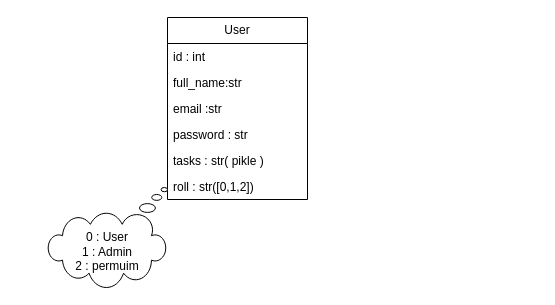
Earlier version of the draw.io diagram .Docts/Datebase.drawio (alireza01100011/PlanningWebApplication). Source tidied: cells renumbered, new cells numbered last; positions are measured from the earlier drawing's top-left corner, leaving out a move shared by most shapes. Both pictures are drawn from the tidied source at 100%, with x=0, y=0 at pixel (47, 17).
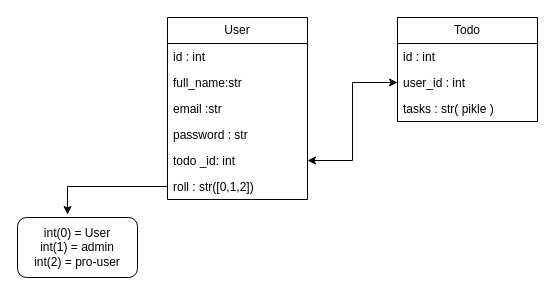
The same diagram, later.

Change to the diagram source:
```diff
@@
 <mxGraphModel>
   <root>
     <mxCell id="0" />
     <mxCell id="1" parent="0" />
     <mxCell id="2" value="User" style="swimlane;fontStyle=0;horizontal=1;startSize=26;fillColor=none;whiteSpace=wrap;html=1;" parent="1" vertex="1">
       <mxGeometry x="120" width="140" height="182" as="geometry" />
     </mxCell>
     <mxCell id="3" value="id : int&lt;span style=&quot;white-space: pre;&quot;&gt;&#9;&lt;/span&gt;" style="text;strokeColor=none;fillColor=none;align=left;verticalAlign=top;spacingLeft=4;spacingRight=4;overflow=hidden;whiteSpace=wrap;html=1;" parent="2" vertex="1">
       <mxGeometry y="26" width="140" height="26" as="geometry" />
     </mxCell>
     <mxCell id="4" value="full_name:str&lt;br&gt;" style="text;strokeColor=none;fillColor=none;align=left;verticalAlign=top;spacingLeft=4;spacingRight=4;overflow=hidden;whiteSpace=wrap;html=1;" parent="2" vertex="1">
       <mxGeometry y="52" width="140" height="26" as="geometry" />
     </mxCell>
     <mxCell id="5" value="email :str" style="text;strokeColor=none;fillColor=none;align=left;verticalAlign=top;spacingLeft=4;spacingRight=4;overflow=hidden;whiteSpace=wrap;html=1;" parent="2" vertex="1">
       <mxGeometry y="78" width="140" height="26" as="geometry" />
     </mxCell>
     <mxCell id="6" value="password : str" style="text;strokeColor=none;fillColor=none;align=left;verticalAlign=top;spacingLeft=4;spacingRight=4;overflow=hidden;whiteSpace=wrap;html=1;" parent="2" vertex="1">
       <mxGeometry y="104" width="140" height="26" as="geometry" />
     </mxCell>
+    <mxCell id="10" value="todo _id: int" style="text;strokeColor=none;fillColor=none;align=left;verticalAlign=top;spacingLeft=4;spacingRight=4;overflow=hidden;points=[[0,0.5],[1,0.5]];portConstraint=eastwest;whiteSpace=wrap;html=1;" parent="2" vertex="1">
+      <mxGeometry y="130" width="140" height="26" as="geometry" />
+    </mxCell>
+    <mxCell id="8" value="roll : str([0,1,2])" style="text;strokeColor=none;fillColor=none;align=left;verticalAlign=top;spacingLeft=4;spacingRight=4;overflow=hidden;points=[[0,0.5],[1,0.5]];portConstraint=eastwest;whiteSpace=wrap;html=1;" parent="2" vertex="1">
+      <mxGeometry y="156" width="140" height="26" as="geometry" />
+    </mxCell>
+    <mxCell id="11" value="Todo" style="swimlane;fontStyle=0;horizontal=1;startSize=26;fillColor=none;whiteSpace=wrap;html=1;" parent="1" vertex="1">
+      <mxGeometry x="350" width="140" height="104" as="geometry" />
+    </mxCell>
+    <mxCell id="12" value="id : int&lt;span style=&quot;white-space: pre;&quot;&gt;&#9;&lt;/span&gt;" style="text;strokeColor=none;fillColor=none;align=left;verticalAlign=top;spacingLeft=4;spacingRight=4;overflow=hidden;whiteSpace=wrap;html=1;" parent="11" vertex="1">
+      <mxGeometry y="26" width="140" height="26" as="geometry" />
+    </mxCell>
+    <mxCell id="13" value="user_id : int" style="text;strokeColor=none;fillColor=none;align=left;verticalAlign=top;spacingLeft=4;spacingRight=4;overflow=hidden;points=[[0,0.5],[1,0.5]];portConstraint=eastwest;whiteSpace=wrap;html=1;" parent="11" vertex="1">
+      <mxGeometry y="52" width="140" height="26" as="geometry" />
+    </mxCell>
-    <mxCell id="7" value="tasks : str( pikle )" style="text;strokeColor=none;fillColor=none;align=left;verticalAlign=top;spacingLeft=4;spacingRight=4;overflow=hidden;whiteSpace=wrap;html=1;" parent="2" vertex="1">
-      <mxGeometry y="130" width="140" height="26" as="geometry" />
+    <mxCell id="7" value="tasks : str( pikle )" style="text;strokeColor=none;fillColor=none;align=left;verticalAlign=top;spacingLeft=4;spacingRight=4;overflow=hidden;whiteSpace=wrap;html=1;" parent="11" vertex="1">
+      <mxGeometry y="78" width="140" height="26" as="geometry" />
     </mxCell>
-    <mxCell id="8" value="roll : str([0,1,2])" style="text;strokeColor=none;fillColor=none;align=left;verticalAlign=top;spacingLeft=4;spacingRight=4;overflow=hidden;points=[[0,0.5],[1,0.5]];portConstraint=eastwest;whiteSpace=wrap;html=1;" parent="2" vertex="1">
-      <mxGeometry y="156" width="140" height="26" as="geometry" />
-    </mxCell>
-    <mxCell id="9" value="&lt;br&gt;&lt;br&gt;0 : User&lt;br&gt;1 : Admin&lt;br&gt;2 : permuim" style="whiteSpace=wrap;html=1;shape=mxgraph.basic.cloud_callout;direction=west;" parent="1" vertex="1">
-      <mxGeometry y="170" width="120" height="100" as="geometry" />
-    </mxCell>
+    <mxCell id="14" style="endArrow=classic;startArrow=classic;html=1;rounded=0;exitX=1;exitY=0.5;exitDx=0;exitDy=0;entryX=0;entryY=0.5;entryDx=0;entryDy=0;edgeStyle=elbowEdgeStyle;" parent="1" edge="1" source="10" target="13">
+      <mxGeometry relative="1" as="geometry" />
+    </mxCell>
+    <mxCell id="15" value="int(0) = User&lt;br&gt;int(1) = admin&lt;br&gt;int(2) = pro-user" style="rounded=1;whiteSpace=wrap;html=1;" parent="1" vertex="1">
+      <mxGeometry x="-30" y="200" width="120" height="60" as="geometry" />
+    </mxCell>
+    <mxCell id="16" style="edgeStyle=orthogonalEdgeStyle;rounded=0;jettySize=auto;html=1;exitX=0;exitY=0.5;exitDx=0;exitDy=0;entryX=0.417;entryY=-0.05;entryDx=0;entryDy=0;entryPerimeter=0;" parent="1" edge="1" source="8" target="15">
+      <mxGeometry relative="1" as="geometry" />
+    </mxCell>
   </root>
 </mxGraphModel>
```
